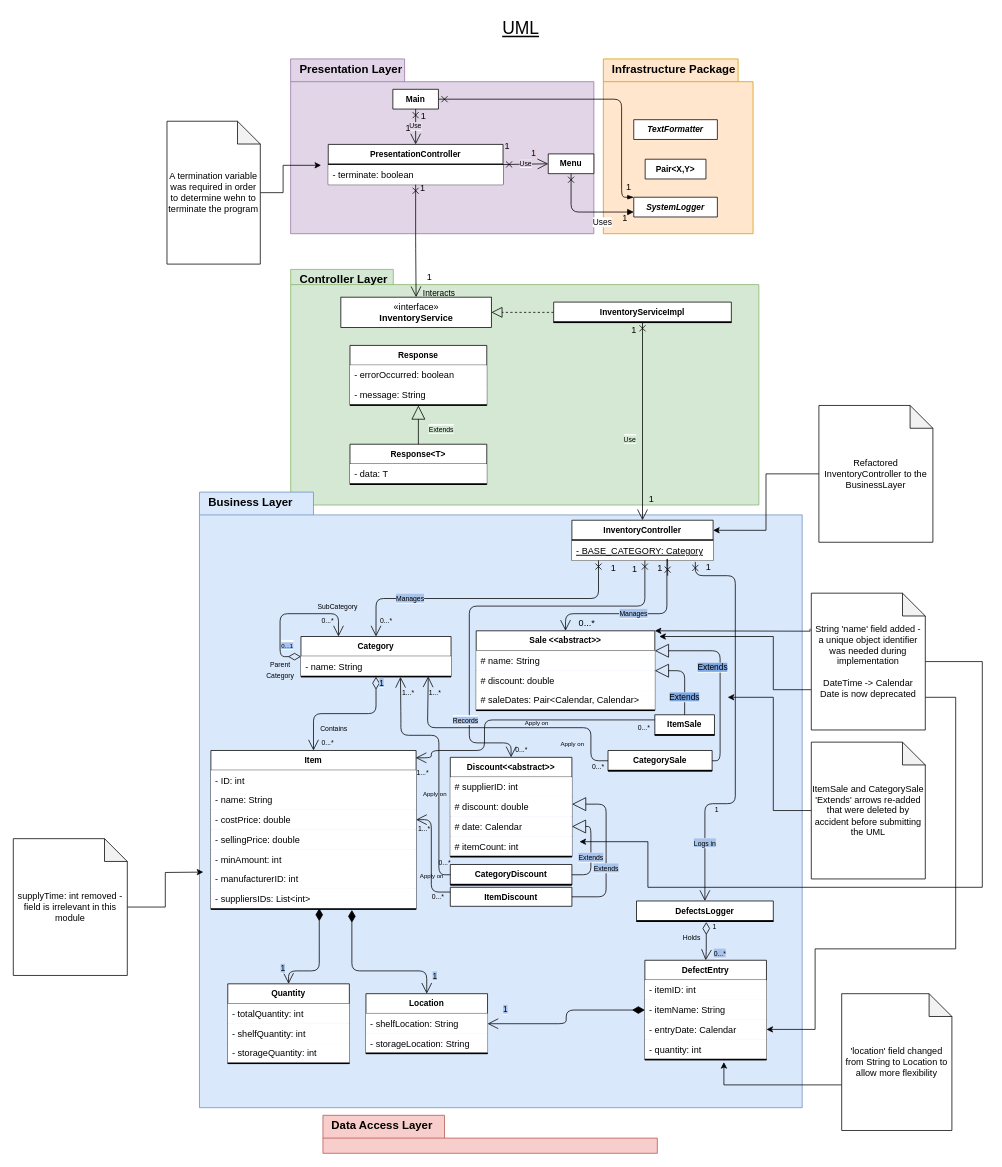
This is docs/Inventory/Inventory_FieldUML.drawio from eladinbar/Super-Li_Market, a draw.io file, before an edit. Source tidied: cells renumbered, new cells numbered last; positions are measured from the earlier drawing's top-left corner, leaving out a move shared by most shapes. Both pictures are drawn from the tidied source at 76%, with x=0, y=0 at pixel (13, 13).
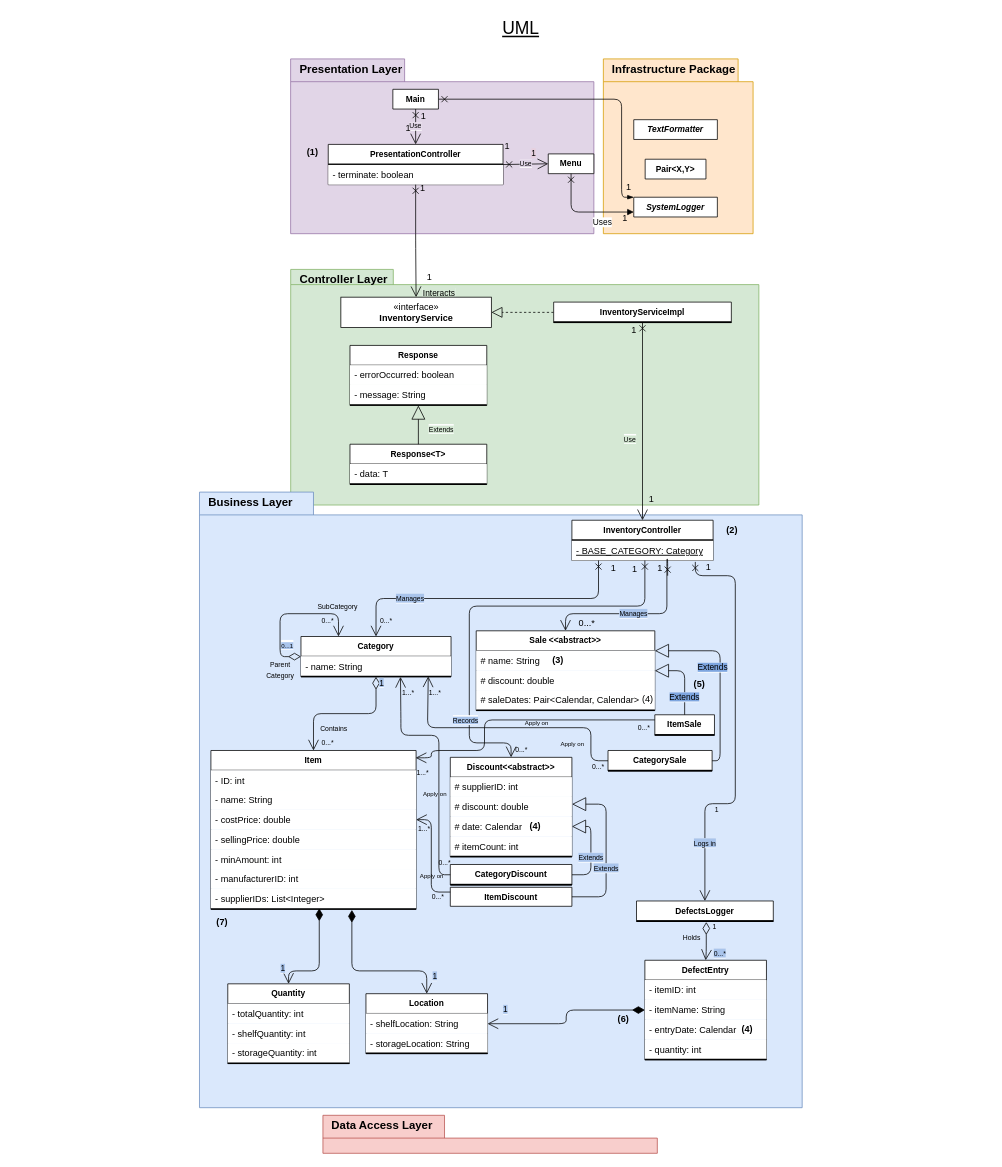
Above is the later version.

Unchanged cells that the change refers to:
```xml
<mxCell id="8" value="Item" style="swimlane;fontStyle=1;align=center;verticalAlign=top;horizontal=1;startSize=26;fontSize=11;" parent="1" vertex="1">
  <mxGeometry x="260" y="970" width="270" height="209" as="geometry" />
</mxCell>
<mxCell id="17" value="InventoryController" style="swimlane;fontStyle=1;align=center;verticalAlign=top;horizontal=1;startSize=26;fontSize=11;" parent="1" vertex="1">
  <mxGeometry x="735" y="667" width="185.8" height="53" as="geometry" />
</mxCell>
<mxCell id="37" value="Sale &lt;&lt;abstract&gt;&gt;" style="swimlane;fontStyle=1;align=center;verticalAlign=top;horizontal=1;startSize=26;fontSize=11;" parent="1" vertex="1">
  <mxGeometry x="609.1" y="812.5" width="235" height="105" as="geometry" />
</mxCell>
<mxCell id="51" value="- entryDate: Calendar" style="text;align=left;verticalAlign=top;spacingLeft=4;spacingRight=4;overflow=hidden;points=[[0,0.5],[1,0.5]];portConstraint=eastwest;fillColor=#ffffff;" parent="48" vertex="1">
  <mxGeometry y="78" width="160" height="26" as="geometry" />
</mxCell>
```

Change to the diagram source:
```diff
@@
-    <mxCell id="15" value="- suppliersIDs: List&lt;int&gt;" style="text;align=left;verticalAlign=top;spacingLeft=4;spacingRight=4;overflow=hidden;fillColor=#ffffff;" parent="8" vertex="1">
+    <mxCell id="15" value="- supplierIDs: List&lt;Integer&gt;" style="text;align=left;verticalAlign=top;spacingLeft=4;spacingRight=4;overflow=hidden;fillColor=#ffffff;" parent="8" vertex="1">
       <mxGeometry y="182" width="270" height="26" as="geometry" />
     </mxCell>
@@
-    <mxCell id="136" style="edgeStyle=orthogonalEdgeStyle;rounded=0;jettySize=auto;html=1;" parent="1" edge="1" source="137">
-      <mxGeometry relative="1" as="geometry">
-        <mxPoint x="250" y="1130" as="targetPoint" />
-      </mxGeometry>
-    </mxCell>
-    <mxCell id="137" value="supplyTime: int removed - field is irrelevant in this module" style="shape=note;whiteSpace=wrap;html=1;backgroundOutline=1;darkOpacity=0.05;" parent="1" vertex="1">
-      <mxGeometry y="1086" width="150" height="180" as="geometry" />
-    </mxCell>
-    <mxCell id="138" style="edgeStyle=orthogonalEdgeStyle;rounded=0;jettySize=auto;html=1;" parent="1" edge="1" source="139">
-      <mxGeometry relative="1" as="geometry">
-        <mxPoint x="940" y="900" as="targetPoint" />
-        <Array as="points">
-          <mxPoint x="1000" y="1049" />
-          <mxPoint x="1000" y="900" />
-        </Array>
-      </mxGeometry>
-    </mxCell>
-    <mxCell id="139" value="ItemSale and CategorySale 'Extends' arrows re-added that were deleted by accident before submitting the UML" style="shape=note;whiteSpace=wrap;html=1;backgroundOutline=1;darkOpacity=0.05;" parent="1" vertex="1">
-      <mxGeometry x="1050" y="959" width="150" height="180" as="geometry" />
-    </mxCell>
-    <mxCell id="140" style="edgeStyle=orthogonalEdgeStyle;rounded=0;jettySize=auto;html=1;entryX=1;entryY=0;entryDx=0;entryDy=0;exitX=-0.011;exitY=0.26;exitDx=0;exitDy=0;exitPerimeter=0;" parent="1" edge="1" source="144" target="37">
-      <mxGeometry relative="1" as="geometry">
-        <Array as="points">
-          <mxPoint x="1048" y="813" />
-          <mxPoint x="1038" y="813" />
-        </Array>
-      </mxGeometry>
-    </mxCell>
-    <mxCell id="141" style="edgeStyle=orthogonalEdgeStyle;rounded=0;jettySize=auto;html=1;entryX=1;entryY=0.5;entryDx=0;entryDy=0;" parent="1" edge="1" source="144" target="51">
-      <mxGeometry relative="1" as="geometry">
-        <Array as="points">
-          <mxPoint x="1240" y="900" />
-          <mxPoint x="1240" y="1231" />
-          <mxPoint x="1055" y="1231" />
-          <mxPoint x="1055" y="1337" />
-        </Array>
-      </mxGeometry>
-    </mxCell>
-    <mxCell id="142" style="edgeStyle=orthogonalEdgeStyle;rounded=0;jettySize=auto;html=1;" parent="1" edge="1" source="144">
-      <mxGeometry relative="1" as="geometry">
-        <mxPoint x="850" y="820" as="targetPoint" />
-        <Array as="points">
-          <mxPoint x="1000" y="890" />
-          <mxPoint x="1000" y="820" />
-        </Array>
-      </mxGeometry>
-    </mxCell>
-    <mxCell id="143" style="edgeStyle=orthogonalEdgeStyle;rounded=0;jettySize=auto;html=1;startArrow=none;startFill=0;endArrow=classic;endFill=1;" parent="1" edge="1" source="144">
-      <mxGeometry relative="1" as="geometry">
-        <mxPoint x="745" y="1090" as="targetPoint" />
-        <Array as="points">
-          <mxPoint x="1275" y="853" />
-          <mxPoint x="1275" y="1150" />
-          <mxPoint x="835" y="1150" />
-          <mxPoint x="835" y="1090" />
-        </Array>
-      </mxGeometry>
-    </mxCell>
-    <mxCell id="144" value="String 'name' field added - a unique object identifier was needed during implementation&lt;br&gt;&lt;br&gt;DateTime -&amp;gt; Calendar&lt;br&gt;Date is now deprecated" style="shape=note;whiteSpace=wrap;html=1;backgroundOutline=1;darkOpacity=0.05;" parent="1" vertex="1">
-      <mxGeometry x="1050" y="763" width="150" height="180" as="geometry" />
-    </mxCell>
-    <mxCell id="145" style="edgeStyle=orthogonalEdgeStyle;rounded=0;jettySize=auto;html=1;" parent="1" edge="1" source="146">
-      <mxGeometry relative="1" as="geometry">
-        <mxPoint x="935" y="1380" as="targetPoint" />
-        <Array as="points">
-          <mxPoint x="935" y="1410" />
-        </Array>
-      </mxGeometry>
-    </mxCell>
-    <mxCell id="146" value="'location' field changed from String to Location to allow more flexibility" style="shape=note;whiteSpace=wrap;html=1;backgroundOutline=1;darkOpacity=0.05;" parent="1" vertex="1">
-      <mxGeometry x="1090" y="1290" width="145" height="180" as="geometry" />
-    </mxCell>
@@
-    <mxCell id="151" style="edgeStyle=orthogonalEdgeStyle;rounded=0;jettySize=auto;html=1;entryX=1;entryY=0.25;entryDx=0;entryDy=0;startArrow=none;startFill=0;endArrow=classic;endFill=1;" parent="1" edge="1" source="152" target="17">
-      <mxGeometry relative="1" as="geometry" />
-    </mxCell>
-    <mxCell id="152" value="Refactored InventoryController to the BusinessLayer" style="shape=note;whiteSpace=wrap;html=1;backgroundOutline=1;darkOpacity=0.05;" parent="1" vertex="1">
-      <mxGeometry x="1060" y="516" width="150" height="180" as="geometry" />
-    </mxCell>
@@
-    <mxCell id="154" style="edgeStyle=orthogonalEdgeStyle;rounded=0;jettySize=auto;html=1;" parent="1" edge="1" source="155">
-      <mxGeometry relative="1" as="geometry">
-        <mxPoint x="405" y="200" as="targetPoint" />
-        <Array as="points">
-          <mxPoint x="355" y="236" />
-          <mxPoint x="355" y="200" />
-        </Array>
-      </mxGeometry>
-    </mxCell>
-    <mxCell id="155" value="A termination variable was required in order to determine wehn to terminate the program" style="shape=note;whiteSpace=wrap;html=1;backgroundOutline=1;darkOpacity=0.05;" parent="1" vertex="1">
-      <mxGeometry x="202.2" y="142" width="122.8" height="188" as="geometry" />
-    </mxCell>
+    <mxCell id="156" value="&lt;b&gt;(1)&lt;/b&gt;" style="text;html=1;strokeColor=none;fillColor=none;align=center;verticalAlign=middle;whiteSpace=wrap;rounded=0;" parent="1" vertex="1">
+      <mxGeometry x="374.4" y="172.5" width="40" height="20" as="geometry" />
+    </mxCell>
+    <mxCell id="157" value="&lt;b&gt;(2)&lt;/b&gt;" style="text;html=1;strokeColor=none;fillColor=none;align=center;verticalAlign=middle;whiteSpace=wrap;rounded=0;" parent="1" vertex="1">
+      <mxGeometry x="926.4" y="670" width="40" height="20" as="geometry" />
+    </mxCell>
+    <mxCell id="158" value="&lt;b&gt;(3)&lt;/b&gt;" style="text;html=1;strokeColor=none;fillColor=none;align=center;verticalAlign=middle;whiteSpace=wrap;rounded=0;" parent="1" vertex="1">
+      <mxGeometry x="697" y="842" width="40" height="20" as="geometry" />
+    </mxCell>
+    <mxCell id="159" value="(4)" style="text;html=1;strokeColor=none;fillColor=none;align=center;verticalAlign=middle;whiteSpace=wrap;rounded=0;" parent="1" vertex="1">
+      <mxGeometry x="815" y="892.5" width="40" height="20" as="geometry" />
+    </mxCell>
+    <mxCell id="160" value="&lt;b&gt;(4)&lt;/b&gt;" style="text;html=1;strokeColor=none;fillColor=none;align=center;verticalAlign=middle;whiteSpace=wrap;rounded=0;" parent="1" vertex="1">
+      <mxGeometry x="667" y="1060" width="40" height="20" as="geometry" />
+    </mxCell>
+    <mxCell id="161" value="&lt;b&gt;(4)&lt;/b&gt;" style="text;html=1;strokeColor=none;fillColor=none;align=center;verticalAlign=middle;whiteSpace=wrap;rounded=0;" parent="1" vertex="1">
+      <mxGeometry x="946.4" y="1327" width="40" height="20" as="geometry" />
+    </mxCell>
+    <mxCell id="162" value="&lt;b&gt;(5)&lt;/b&gt;" style="text;html=1;strokeColor=none;fillColor=none;align=center;verticalAlign=middle;whiteSpace=wrap;rounded=0;" parent="1" vertex="1">
+      <mxGeometry x="882.6" y="872.5" width="40" height="20" as="geometry" />
+    </mxCell>
+    <mxCell id="163" value="&lt;b&gt;(6)&lt;/b&gt;" style="text;html=1;strokeColor=none;fillColor=none;align=center;verticalAlign=middle;whiteSpace=wrap;rounded=0;" parent="1" vertex="1">
+      <mxGeometry x="782.5" y="1314" width="40" height="20" as="geometry" />
+    </mxCell>
+    <mxCell id="164" value="&lt;b&gt;(7)&lt;/b&gt;" style="text;html=1;strokeColor=none;fillColor=none;align=center;verticalAlign=middle;whiteSpace=wrap;rounded=0;" parent="1" vertex="1">
+      <mxGeometry x="255" y="1186" width="40" height="20" as="geometry" />
+    </mxCell>
```
